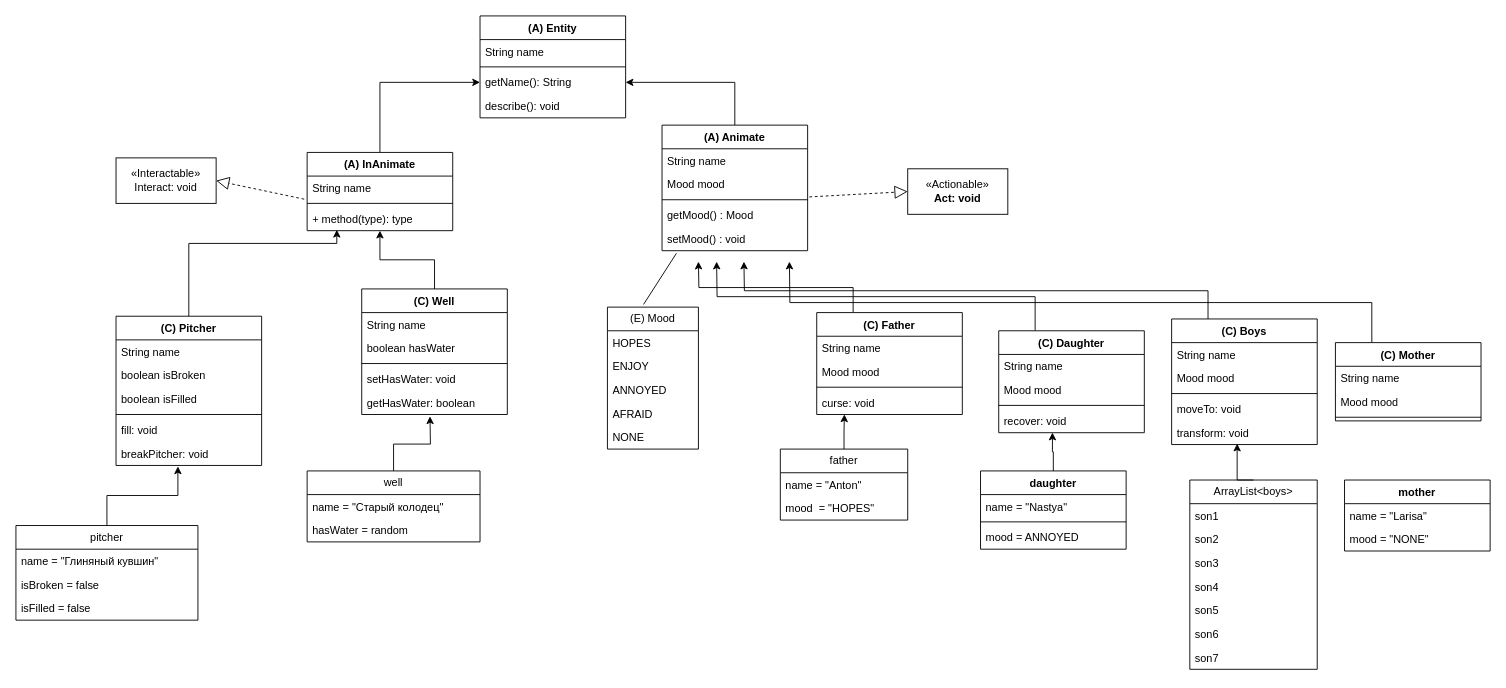
Before: Lab3uml.drawio in trybenon/ITMO, a draw.io diagram. Source tidied: cells renumbered, new cells numbered last; positions are measured from the earlier drawing's top-left corner, leaving out a move shared by most shapes. Both pictures are drawn from the tidied source at 91%, with x=0, y=0 at pixel (15, 15).
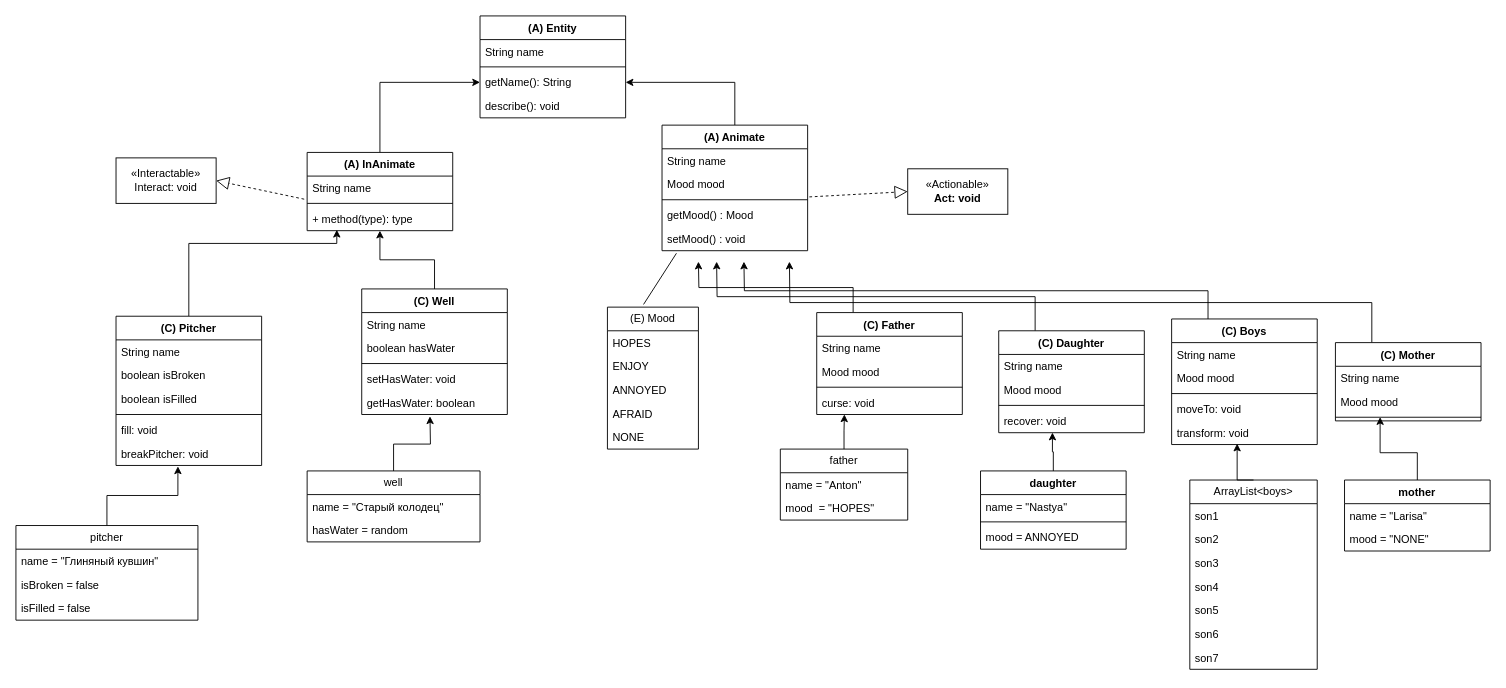
The same page after the edit.

The change refers to these unchanged cells:
```xml
<mxCell id="38" style="line;strokeWidth=1;fillColor=none;align=left;verticalAlign=middle;spacingTop=-1;spacingLeft=3;spacingRight=3;labelPosition=right;points=[];portConstraint=eastwest;strokeColor=inherit;" parent="35" vertex="1">
  <mxGeometry y="78" width="160" height="8" as="geometry" />
</mxCell>
<mxCell id="96" value="mother" style="swimlane;fontStyle=1;align=center;verticalAlign=top;horizontal=1;startSize=26;whiteSpace=wrap;html=1;" parent="1" vertex="1">
  <mxGeometry x="1460" y="510" width="160" height="78" as="geometry" />
</mxCell>
```

The edit, as a diff of the source:
```diff
@@
+    <mxCell id="99" style="edgeStyle=orthogonalEdgeStyle;rounded=0;jettySize=auto;html=1;entryX=0.307;entryY=0.484;entryDx=0;entryDy=0;entryPerimeter=0;" parent="1" edge="1" source="96" target="38">
+      <mxGeometry relative="1" as="geometry">
+        <Array as="points">
+          <mxPoint x="1540" y="480" />
+          <mxPoint x="1499" y="480" />
+        </Array>
+      </mxGeometry>
+    </mxCell>
```
